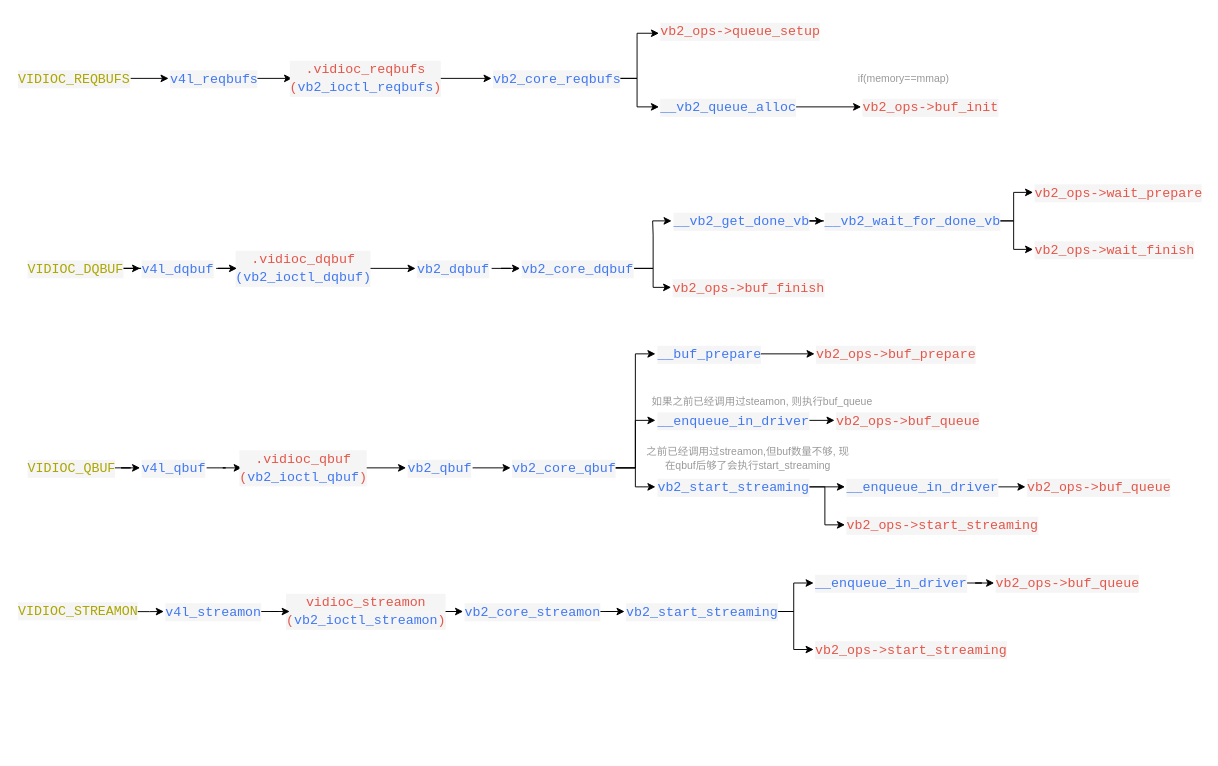
YC-Xiang/draw.io keeps this draw.io diagram as v4l2/ioctl_flow.drawio. Above is the earlier version. Source tidied: cells renumbered, new cells numbered last; positions are measured from the earlier drawing's top-left corner, leaving out a move shared by most shapes. Both pictures are drawn from the tidied source at 95%, with x=0, y=0 at pixel (16, 16).
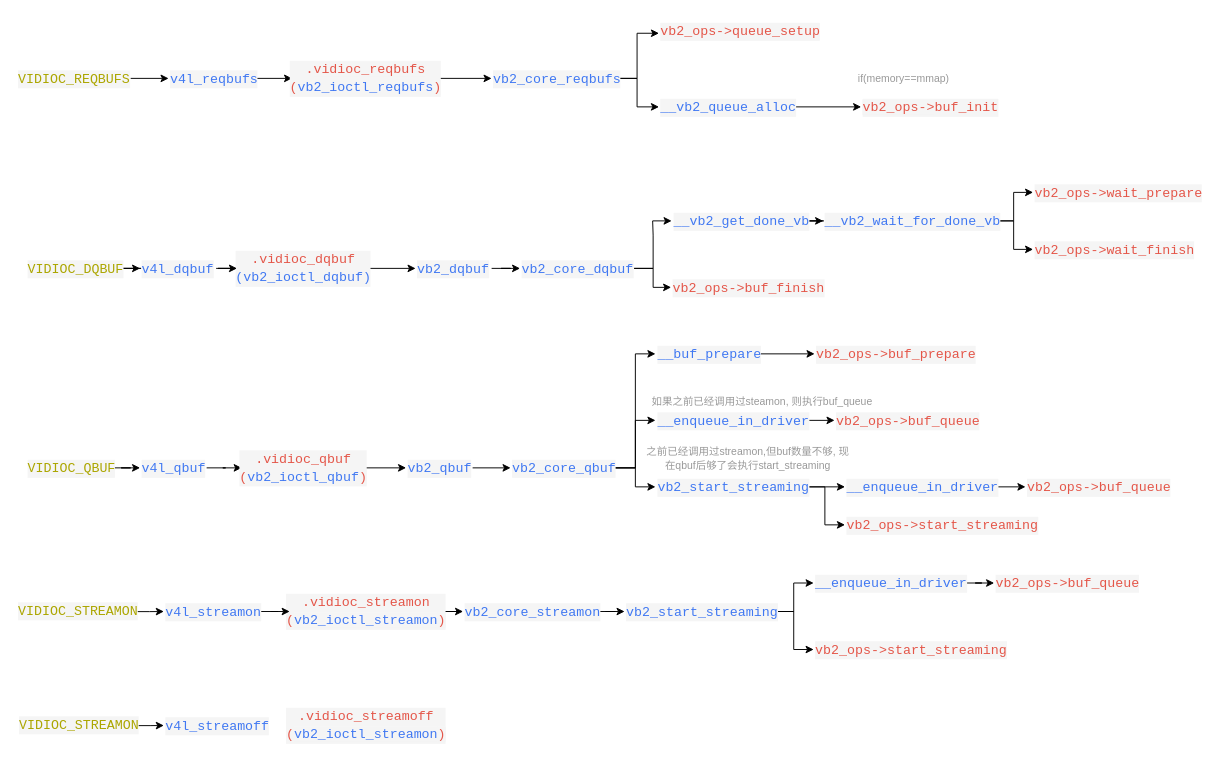
After the change.

What changed in the source:
```diff
@@
-    <mxCell id="20" value="&lt;div style=&quot;color: rgb(56, 58, 66); background-color: rgb(245, 245, 245); font-family: Consolas, &amp;quot;Courier New&amp;quot;, monospace; font-weight: normal; font-size: 14px; line-height: 19px; white-space: pre;&quot;&gt;&lt;div&gt;&lt;span style=&quot;color: rgb(228, 86, 73);&quot;&gt;vidioc_streamon&lt;/span&gt;&lt;/div&gt;&lt;div&gt;&lt;span style=&quot;color: rgb(228, 86, 73);&quot;&gt;(&lt;/span&gt;&lt;span style=&quot;color: rgb(64, 120, 242); background-color: light-dark(rgb(245, 245, 245), rgb(26, 26, 26));&quot;&gt;vb2_ioctl_streamon&lt;/span&gt;&lt;span style=&quot;color: light-dark(rgb(228, 86, 73), rgb(235, 113, 102)); background-color: light-dark(rgb(245, 245, 245), rgb(26, 26, 26));&quot;&gt;)&lt;/span&gt;&lt;/div&gt;&lt;/div&gt;" style="text;whiteSpace=wrap;html=1;align=center;" parent="1" vertex="1">
+    <mxCell id="20" value="&lt;div style=&quot;color: rgb(56, 58, 66); background-color: rgb(245, 245, 245); font-family: Consolas, &amp;quot;Courier New&amp;quot;, monospace; font-weight: normal; font-size: 14px; line-height: 19px; white-space: pre;&quot;&gt;&lt;div&gt;&lt;span style=&quot;color: rgb(228, 86, 73);&quot;&gt;.vidioc_streamon&lt;/span&gt;&lt;/div&gt;&lt;div&gt;&lt;span style=&quot;color: rgb(228, 86, 73);&quot;&gt;(&lt;/span&gt;&lt;span style=&quot;color: rgb(64, 120, 242); background-color: light-dark(rgb(245, 245, 245), rgb(26, 26, 26));&quot;&gt;vb2_ioctl_streamon&lt;/span&gt;&lt;span style=&quot;color: light-dark(rgb(228, 86, 73), rgb(235, 113, 102)); background-color: light-dark(rgb(245, 245, 245), rgb(26, 26, 26));&quot;&gt;)&lt;/span&gt;&lt;/div&gt;&lt;/div&gt;" style="text;whiteSpace=wrap;html=1;align=center;" parent="1" vertex="1">
       <mxGeometry x="287.5" y="601.2" width="160" height="50" as="geometry" />
     </mxCell>
@@
+    <mxCell id="77" style="edgeStyle=orthogonalEdgeStyle;rounded=0;jettySize=auto;html=1;" parent="1" edge="1" source="78" target="79">
+      <mxGeometry relative="1" as="geometry" />
+    </mxCell>
+    <mxCell id="78" value="&lt;div style=&quot;color: #383a42;background-color: #f5f5f5;font-family: Consolas, 'Courier New', monospace;font-weight: normal;font-size: 14px;line-height: 19px;white-space: pre;&quot;&gt;&lt;div&gt;&lt;span style=&quot;color: #aca600;&quot;&gt;VIDIOC_STREAMON&lt;/span&gt;&lt;/div&gt;&lt;/div&gt;" style="text;whiteSpace=wrap;html=1;" parent="1" vertex="1">
+      <mxGeometry x="0.5" y="730" width="120" height="32.5" as="geometry" />
+    </mxCell>
+    <mxCell id="79" value="&lt;div style=&quot;color: #383a42;background-color: #f5f5f5;font-family: Consolas, 'Courier New', monospace;font-weight: normal;font-size: 14px;line-height: 19px;white-space: pre;&quot;&gt;&lt;div&gt;&lt;span style=&quot;color: #4078f2;&quot;&gt;v4l_streamoff&lt;/span&gt;&lt;/div&gt;&lt;/div&gt;" style="text;whiteSpace=wrap;html=1;" parent="1" vertex="1">
+      <mxGeometry x="155" y="731.2" width="110" height="30" as="geometry" />
+    </mxCell>
+    <mxCell id="80" value="&lt;div style=&quot;color: rgb(56, 58, 66); background-color: rgb(245, 245, 245); font-family: Consolas, &amp;quot;Courier New&amp;quot;, monospace; font-weight: normal; font-size: 14px; line-height: 19px; white-space: pre;&quot;&gt;&lt;div&gt;&lt;div style=&quot;line-height: 19px;&quot;&gt;&lt;span style=&quot;color: #e45649;&quot;&gt;.vidioc_streamoff&lt;/span&gt;&lt;/div&gt;&lt;/div&gt;&lt;div&gt;&lt;span style=&quot;color: rgb(228, 86, 73);&quot;&gt;(&lt;/span&gt;&lt;span style=&quot;color: rgb(64, 120, 242); background-color: light-dark(rgb(245, 245, 245), rgb(26, 26, 26));&quot;&gt;vb2_ioctl_streamon&lt;/span&gt;&lt;span style=&quot;color: light-dark(rgb(228, 86, 73), rgb(235, 113, 102)); background-color: light-dark(rgb(245, 245, 245), rgb(26, 26, 26));&quot;&gt;)&lt;/span&gt;&lt;/div&gt;&lt;/div&gt;" style="text;whiteSpace=wrap;html=1;align=center;" parent="1" vertex="1">
+      <mxGeometry x="287.5" y="721.2" width="160" height="50" as="geometry" />
+    </mxCell>
```
